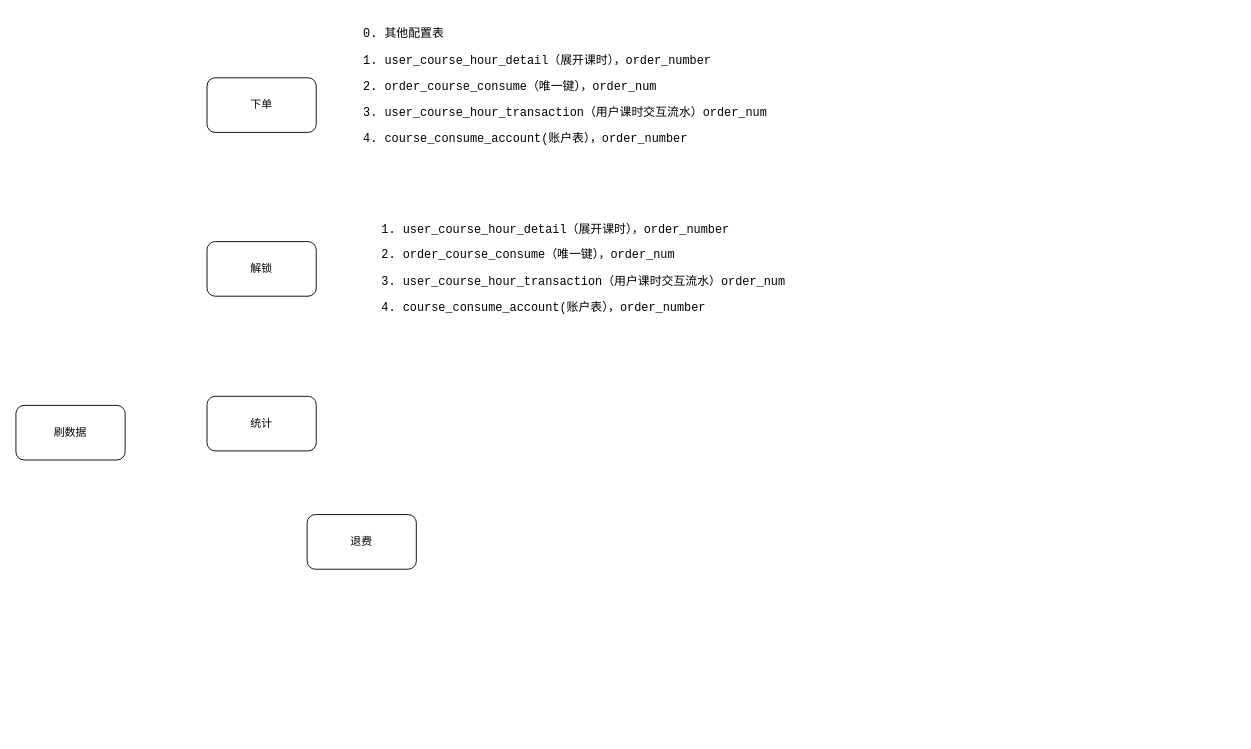
Before: 柯小柴旦.drawio in xiell2016/hetaoDesign, a draw.io diagram. Source tidied: cells renumbered, new cells numbered last; positions are measured from the earlier drawing's top-left corner, leaving out a move shared by most shapes. Both pictures are drawn from the tidied source at 91%, with x=0, y=0 at pixel (15, 23).
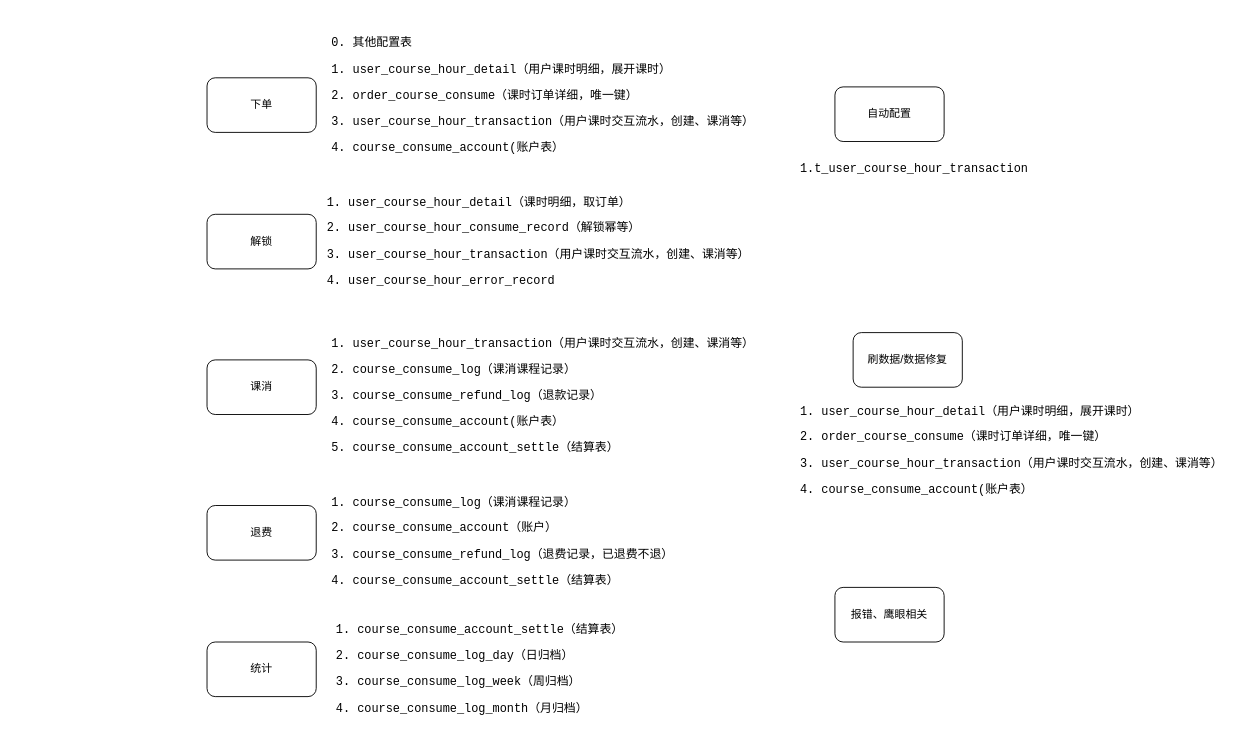
The same page after the edit.

Commit message:
更新柯小柴旦.drawio

Diff of the diagram source:
```diff
@@
 <mxGraphModel>
   <root>
     <mxCell id="0" />
     <mxCell id="1" parent="0" />
     <mxCell id="2" value="下单" style="rounded=1;whiteSpace=wrap;html=1;" parent="1" vertex="1">
       <mxGeometry x="210" y="60" width="120" height="60" as="geometry" />
     </mxCell>
-    <mxCell id="3" value="&lt;div style=&quot;background-color: rgb(255, 255, 255);&quot;&gt;&lt;pre style=&quot;font-family:'JetBrains Mono',monospace;font-size:9.8pt;&quot;&gt;0. 其他配置表&lt;/pre&gt;&lt;pre style=&quot;font-family:'JetBrains Mono',monospace;font-size:9.8pt;&quot;&gt;1. user_course_hour_detail（展开课时），order_number&lt;/pre&gt;&lt;pre style=&quot;font-family:'JetBrains Mono',monospace;font-size:9.8pt;&quot;&gt;2. order_course_consume（唯一键），order_num&lt;/pre&gt;&lt;pre style=&quot;font-family:'JetBrains Mono',monospace;font-size:9.8pt;&quot;&gt;3. user_course_hour_transaction（用户课时交互流水）order_num&lt;/pre&gt;&lt;pre style=&quot;font-family:'JetBrains Mono',monospace;font-size:9.8pt;&quot;&gt;4. course_consume_account(账户表），order_number&lt;/pre&gt;&lt;/div&gt;" style="text;html=1;align=left;verticalAlign=middle;whiteSpace=wrap;rounded=0;" parent="1" vertex="1">
-      <mxGeometry x="380" width="480" height="140" as="geometry" />
+    <mxCell id="3" value="&lt;div style=&quot;background-color: rgb(255, 255, 255);&quot;&gt;&lt;pre style=&quot;font-family:'JetBrains Mono',monospace;font-size:9.8pt;&quot;&gt;0. 其他配置表&lt;/pre&gt;&lt;pre style=&quot;font-family:'JetBrains Mono',monospace;font-size:9.8pt;&quot;&gt;1. user_course_hour_detail（用户课时明细，展开课时）&lt;/pre&gt;&lt;pre style=&quot;font-family:'JetBrains Mono',monospace;font-size:9.8pt;&quot;&gt;2. order_course_consume（课时订单详细，唯一键）&lt;/pre&gt;&lt;pre style=&quot;font-family:'JetBrains Mono',monospace;font-size:9.8pt;&quot;&gt;3. user_course_hour_transaction（用户课时交互流水，创建、课消等）&lt;/pre&gt;&lt;pre style=&quot;font-family:'JetBrains Mono',monospace;font-size:9.8pt;&quot;&gt;4. course_consume_account(账户表）&lt;/pre&gt;&lt;/div&gt;" style="text;html=1;align=left;verticalAlign=middle;whiteSpace=wrap;rounded=0;" parent="1" vertex="1">
+      <mxGeometry x="345" y="10" width="480" height="140" as="geometry" />
     </mxCell>
     <mxCell id="4" value="解锁" style="rounded=1;whiteSpace=wrap;html=1;" parent="1" vertex="1">
-      <mxGeometry x="210" y="240" width="120" height="60" as="geometry" />
+      <mxGeometry x="210" y="210" width="120" height="60" as="geometry" />
     </mxCell>
     <mxCell id="5" value="统计" style="rounded=1;whiteSpace=wrap;html=1;" parent="1" vertex="1">
-      <mxGeometry x="210" y="410" width="120" height="60" as="geometry" />
+      <mxGeometry x="210" y="680" width="120" height="60" as="geometry" />
     </mxCell>
     <mxCell id="6" value="退费" style="rounded=1;whiteSpace=wrap;html=1;" parent="1" vertex="1">
-      <mxGeometry x="320" y="540" width="120" height="60" as="geometry" />
+      <mxGeometry x="210" y="530" width="120" height="60" as="geometry" />
     </mxCell>
-    <mxCell id="7" value="刷数据" style="rounded=1;whiteSpace=wrap;html=1;" parent="1" vertex="1">
-      <mxGeometry y="420" width="120" height="60" as="geometry" />
+    <mxCell id="7" value="自动配置" style="rounded=1;whiteSpace=wrap;html=1;" parent="1" vertex="1">
+      <mxGeometry x="900" y="70" width="120" height="60" as="geometry" />
     </mxCell>
-    <mxCell id="8" value="&lt;div style=&quot;background-color: rgb(255, 255, 255);&quot;&gt;&lt;pre style=&quot;font-family:'JetBrains Mono',monospace;font-size:9.8pt;&quot;&gt;1. user_course_hour_detail（展开课时），order_number&lt;br&gt;&lt;/pre&gt;&lt;pre style=&quot;font-family:'JetBrains Mono',monospace;font-size:9.8pt;&quot;&gt;2. order_course_consume（唯一键），order_num&lt;/pre&gt;&lt;pre style=&quot;font-family:'JetBrains Mono',monospace;font-size:9.8pt;&quot;&gt;3. user_course_hour_transaction（用户课时交互流水）order_num&lt;/pre&gt;&lt;pre style=&quot;font-family:'JetBrains Mono',monospace;font-size:9.8pt;&quot;&gt;4. course_consume_account(账户表），order_number&lt;/pre&gt;&lt;/div&gt;" style="text;html=1;align=left;verticalAlign=middle;whiteSpace=wrap;rounded=0;" parent="1" vertex="1">
-      <mxGeometry x="400" y="200" width="480" height="140" as="geometry" />
+    <mxCell id="8" value="&lt;div style=&quot;background-color: rgb(255, 255, 255);&quot;&gt;&lt;pre style=&quot;font-family:'JetBrains Mono',monospace;font-size:9.8pt;&quot;&gt;1. user_course_hour_detail（课时明细，取订单）&lt;br&gt;&lt;/pre&gt;&lt;pre style=&quot;font-family:'JetBrains Mono',monospace;font-size:9.8pt;&quot;&gt;2. user_course_hour_consume_record（解锁幂等）&lt;br&gt;&lt;/pre&gt;&lt;pre style=&quot;font-family:'JetBrains Mono',monospace;font-size:9.8pt;&quot;&gt;3. user_course_hour_transaction（用户课时交互流水，创建、课消等）&lt;/pre&gt;&lt;pre style=&quot;font-family:'JetBrains Mono',monospace;font-size:9.8pt;&quot;&gt;4. user_course_hour_error_record&lt;/pre&gt;&lt;/div&gt;" style="text;html=1;align=left;verticalAlign=middle;whiteSpace=wrap;rounded=0;" parent="1" vertex="1">
+      <mxGeometry x="340" y="170" width="430" height="140" as="geometry" />
     </mxCell>
+    <mxCell id="9" value="&lt;div style=&quot;background-color: rgb(255, 255, 255);&quot;&gt;&lt;pre style=&quot;font-family:'JetBrains Mono',monospace;font-size:9.8pt;&quot;&gt;1. course_consume_account_settle（结算表）&lt;/pre&gt;&lt;pre style=&quot;font-family:'JetBrains Mono',monospace;font-size:9.8pt;&quot;&gt;2. course_consume_log_day（日归档）&lt;/pre&gt;&lt;pre style=&quot;font-family:'JetBrains Mono',monospace;font-size:9.8pt;&quot;&gt;3. course_consume_log_week（周归档）&lt;/pre&gt;&lt;pre style=&quot;font-family:'JetBrains Mono',monospace;font-size:9.8pt;&quot;&gt;4. course_consume_log_month（月归档）&lt;/pre&gt;&lt;/div&gt;" style="text;html=1;align=left;verticalAlign=middle;whiteSpace=wrap;rounded=0;" parent="1" vertex="1">
+      <mxGeometry x="350" y="640" width="480" height="140" as="geometry" />
+    </mxCell>
+    <mxCell id="10" value="课消" style="rounded=1;whiteSpace=wrap;html=1;" parent="1" vertex="1">
+      <mxGeometry x="210" y="370" width="120" height="60" as="geometry" />
+    </mxCell>
+    <mxCell id="11" value="&lt;div style=&quot;background-color: rgb(255, 255, 255);&quot;&gt;&lt;pre style=&quot;font-family:'JetBrains Mono',monospace;font-size:9.8pt;&quot;&gt;1. user_course_hour_transaction（用户课时交互流水，创建、课消等）&lt;br&gt;&lt;/pre&gt;&lt;pre style=&quot;font-family:'JetBrains Mono',monospace;font-size:9.8pt;&quot;&gt;2. course_consume_log（课消课程记录）&lt;/pre&gt;&lt;pre style=&quot;font-family:'JetBrains Mono',monospace;font-size:9.8pt;&quot;&gt;3. course_consume_refund_log（退款记录）&lt;/pre&gt;&lt;pre style=&quot;font-family:'JetBrains Mono',monospace;font-size:9.8pt;&quot;&gt;4. course_consume_account(账户表）&lt;/pre&gt;&lt;pre style=&quot;font-family:'JetBrains Mono',monospace;font-size:9.8pt;&quot;&gt;5. course_consume_account_settle（结算表）&lt;/pre&gt;&lt;/div&gt;" style="text;html=1;align=left;verticalAlign=middle;whiteSpace=wrap;rounded=0;" parent="1" vertex="1">
+      <mxGeometry x="345" y="340" width="480" height="140" as="geometry" />
+    </mxCell>
+    <mxCell id="12" value="&lt;div style=&quot;background-color: rgb(255, 255, 255);&quot;&gt;&lt;pre style=&quot;font-family:'JetBrains Mono',monospace;font-size:9.8pt;&quot;&gt;1. course_consume_log（课消课程记录）&lt;/pre&gt;&lt;pre style=&quot;font-family:'JetBrains Mono',monospace;font-size:9.8pt;&quot;&gt;2. course_consume_account（账户）&lt;/pre&gt;&lt;pre style=&quot;font-family:'JetBrains Mono',monospace;font-size:9.8pt;&quot;&gt;3. course_consume_refund_log（退费记录，已退费不退）&lt;/pre&gt;&lt;pre style=&quot;font-family:'JetBrains Mono',monospace;font-size:9.8pt;&quot;&gt;4. course_consume_account_settle（结算表）&lt;/pre&gt;&lt;/div&gt;" style="text;html=1;align=left;verticalAlign=middle;whiteSpace=wrap;rounded=0;" parent="1" vertex="1">
+      <mxGeometry x="345" y="500" width="480" height="140" as="geometry" />
+    </mxCell>
+    <mxCell id="13" value="刷数据/数据修复" style="rounded=1;whiteSpace=wrap;html=1;" parent="1" vertex="1">
+      <mxGeometry x="920" y="340" width="120" height="60" as="geometry" />
+    </mxCell>
+    <mxCell id="14" value="&lt;div style=&quot;background-color: rgb(255, 255, 255);&quot;&gt;&lt;pre style=&quot;font-family:'JetBrains Mono',monospace;font-size:9.8pt;&quot;&gt;1.t_user_course_hour_transaction &lt;/pre&gt;&lt;/div&gt;" style="text;html=1;align=left;verticalAlign=middle;whiteSpace=wrap;rounded=0;" parent="1" vertex="1">
+      <mxGeometry x="860" y="140" width="480" height="40" as="geometry" />
+    </mxCell>
+    <mxCell id="15" value="&lt;div style=&quot;background-color: rgb(255, 255, 255);&quot;&gt;&lt;pre style=&quot;font-family:'JetBrains Mono',monospace;font-size:9.8pt;&quot;&gt;1. user_course_hour_detail（用户课时明细，展开课时）&lt;/pre&gt;&lt;pre style=&quot;font-family: &amp;quot;JetBrains Mono&amp;quot;, monospace; font-size: 9.8pt;&quot;&gt;2. order_course_consume（课时订单详细，唯一键）&lt;/pre&gt;&lt;pre style=&quot;font-family: &amp;quot;JetBrains Mono&amp;quot;, monospace; font-size: 9.8pt;&quot;&gt;3. user_course_hour_transaction（用户课时交互流水，创建、课消等）&lt;/pre&gt;&lt;pre style=&quot;font-family: &amp;quot;JetBrains Mono&amp;quot;, monospace; font-size: 9.8pt;&quot;&gt;4. course_consume_account(账户表）&lt;/pre&gt;&lt;/div&gt;" style="text;html=1;align=left;verticalAlign=middle;whiteSpace=wrap;rounded=0;" parent="1" vertex="1">
+      <mxGeometry x="860" y="400" width="480" height="140" as="geometry" />
+    </mxCell>
+    <mxCell id="16" value="报错、鹰眼相关" style="rounded=1;whiteSpace=wrap;html=1;" parent="1" vertex="1">
+      <mxGeometry x="900" y="620" width="120" height="60" as="geometry" />
+    </mxCell>
   </root>
 </mxGraphModel>
```
